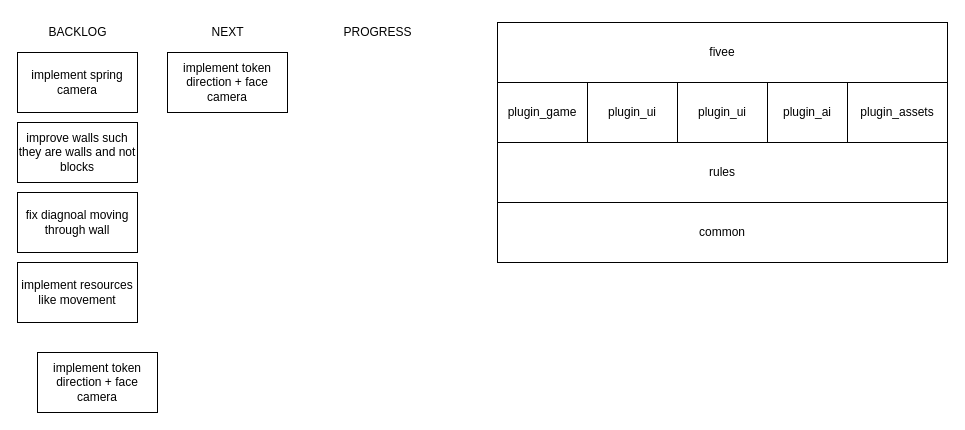
This is .drawio from horup/fivee, a draw.io file, before an edit. Source tidied: cells renumbered, new cells numbered last; positions are measured from the earlier drawing's top-left corner, leaving out a move shared by most shapes. Both pictures are drawn from the tidied source at 100%, with x=0, y=0 at pixel (17, 17).
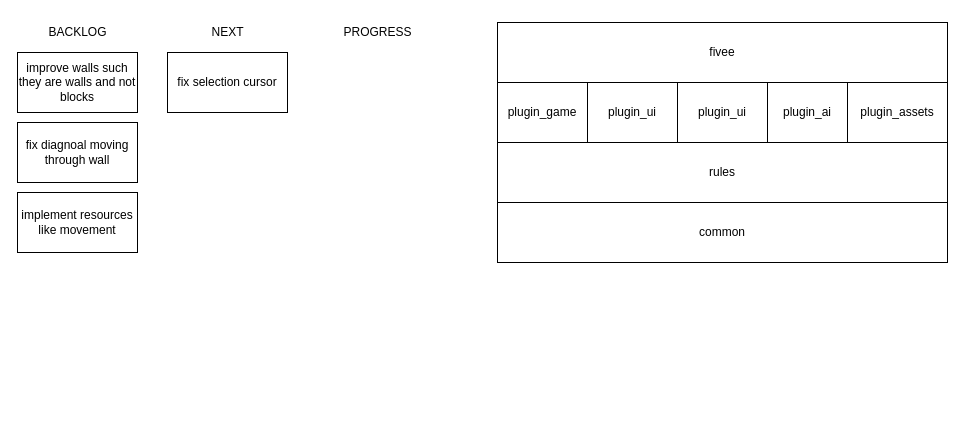
After the change.

The edit, as a diff of the source:
```diff
@@
 <mxGraphModel>
   <root>
     <mxCell id="0" />
     <mxCell id="1" parent="0" />
     <mxCell id="2" value="common" style="rounded=0;whiteSpace=wrap;html=1;" parent="1" vertex="1">
       <mxGeometry x="480" y="185" width="450" height="60" as="geometry" />
     </mxCell>
     <mxCell id="3" value="BACKLOG" style="text;html=1;align=center;verticalAlign=middle;strokeColor=none;fillColor=none;" parent="1" vertex="1">
       <mxGeometry x="20" width="80" height="30" as="geometry" />
     </mxCell>
     <mxCell id="4" value="NEXT" style="text;html=1;align=center;verticalAlign=middle;strokeColor=none;fillColor=none;" parent="1" vertex="1">
       <mxGeometry x="180" width="60" height="30" as="geometry" />
     </mxCell>
     <mxCell id="5" value="PROGRESS" style="text;html=1;align=center;verticalAlign=middle;strokeColor=none;fillColor=none;" parent="1" vertex="1">
       <mxGeometry x="315" width="90" height="30" as="geometry" />
     </mxCell>
-    <mxCell id="6" value="implement spring camera" style="rounded=0;whiteSpace=wrap;html=1;" parent="1" vertex="1">
-      <mxGeometry y="35" width="120" height="60" as="geometry" />
-    </mxCell>
     <mxCell id="7" value="implement resources like movement" style="rounded=0;whiteSpace=wrap;html=1;" parent="1" vertex="1">
-      <mxGeometry y="245" width="120" height="60" as="geometry" />
+      <mxGeometry y="175" width="120" height="60" as="geometry" />
     </mxCell>
     <mxCell id="8" value="improve walls such they are walls and not blocks" style="rounded=0;whiteSpace=wrap;html=1;" parent="1" vertex="1">
-      <mxGeometry y="105" width="120" height="60" as="geometry" />
+      <mxGeometry y="35" width="120" height="60" as="geometry" />
     </mxCell>
     <mxCell id="9" value="fix diagnoal moving through wall" style="rounded=0;whiteSpace=wrap;html=1;" parent="1" vertex="1">
-      <mxGeometry y="175" width="120" height="60" as="geometry" />
+      <mxGeometry y="105" width="120" height="60" as="geometry" />
     </mxCell>
     <mxCell id="10" value="rules" style="rounded=0;whiteSpace=wrap;html=1;" parent="1" vertex="1">
       <mxGeometry x="480" y="125" width="450" height="60" as="geometry" />
     </mxCell>
     <mxCell id="11" value="plugin_game" style="rounded=0;whiteSpace=wrap;html=1;" parent="1" vertex="1">
       <mxGeometry x="480" y="65" width="90" height="60" as="geometry" />
     </mxCell>
     <mxCell id="12" value="plugin_ui" style="rounded=0;whiteSpace=wrap;html=1;" parent="1" vertex="1">
       <mxGeometry x="570" y="65" width="90" height="60" as="geometry" />
     </mxCell>
     <mxCell id="13" value="plugin_ui" style="rounded=0;whiteSpace=wrap;html=1;" parent="1" vertex="1">
       <mxGeometry x="660" y="65" width="90" height="60" as="geometry" />
     </mxCell>
     <mxCell id="14" value="plugin_ai" style="rounded=0;whiteSpace=wrap;html=1;" parent="1" vertex="1">
       <mxGeometry x="750" y="65" width="80" height="60" as="geometry" />
     </mxCell>
     <mxCell id="15" value="fivee" style="rounded=0;whiteSpace=wrap;html=1;" parent="1" vertex="1">
       <mxGeometry x="480" y="5" width="450" height="60" as="geometry" />
     </mxCell>
-    <mxCell id="16" value="implement token direction + face camera" style="rounded=0;whiteSpace=wrap;html=1;" parent="1" vertex="1">
-      <mxGeometry x="150" y="35" width="120" height="60" as="geometry" />
-    </mxCell>
-    <mxCell id="17" value="implement token direction + face camera" style="rounded=0;whiteSpace=wrap;html=1;" parent="1" vertex="1">
-      <mxGeometry x="20" y="335" width="120" height="60" as="geometry" />
-    </mxCell>
     <mxCell id="18" value="plugin_assets" style="rounded=0;whiteSpace=wrap;html=1;" parent="1" vertex="1">
       <mxGeometry x="830" y="65" width="100" height="60" as="geometry" />
     </mxCell>
+    <mxCell id="19" value="fix selection cursor" style="rounded=0;whiteSpace=wrap;html=1;" parent="1" vertex="1">
+      <mxGeometry x="150" y="35" width="120" height="60" as="geometry" />
+    </mxCell>
   </root>
 </mxGraphModel>
```
